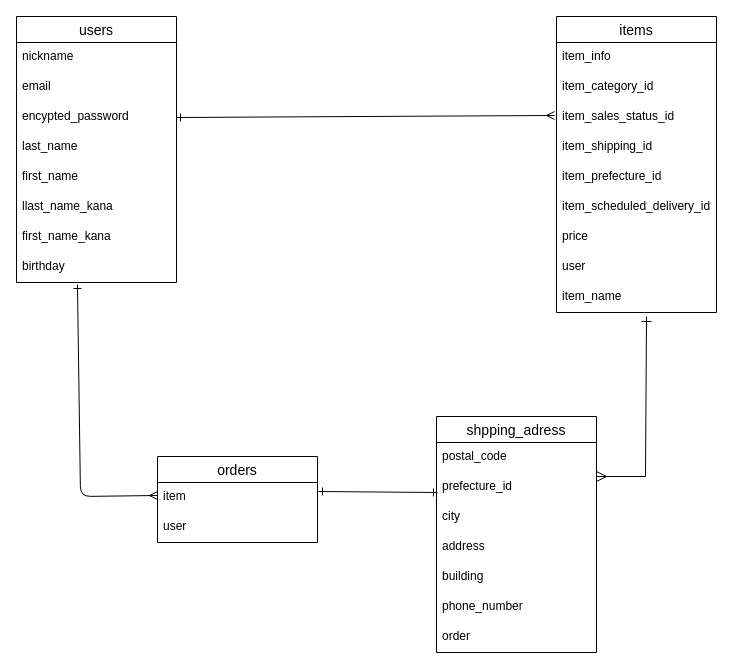
Before: test.dio in tamurakenta/furima-39688, a draw.io diagram. Source tidied: cells renumbered, new cells numbered last; positions are measured from the earlier drawing's top-left corner, leaving out a move shared by most shapes. Both pictures are drawn from the tidied source at 100%, with x=0, y=0 at pixel (16, 16).
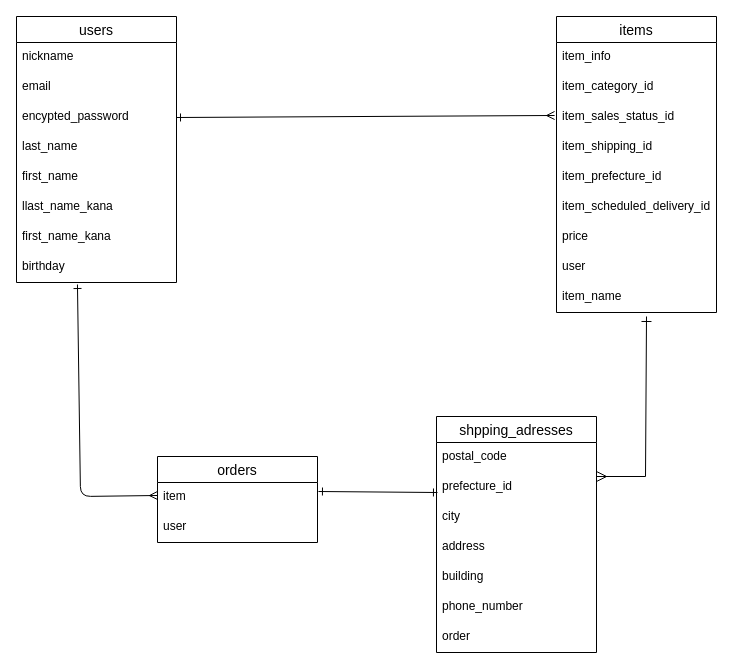
The same diagram, later.

The edit, as a diff of the source:
```diff
@@
-    <mxCell id="24" value="shpping_adress" style="swimlane;fontStyle=0;horizontal=1;startSize=26;align=center;fontSize=14;rounded=0;" parent="1" vertex="1">
+    <mxCell id="24" value="shpping_adresses" style="swimlane;fontStyle=0;horizontal=1;startSize=26;align=center;fontSize=14;rounded=0;" parent="1" vertex="1">
       <mxGeometry x="420" y="400" width="160" height="236" as="geometry" />
     </mxCell>
```
